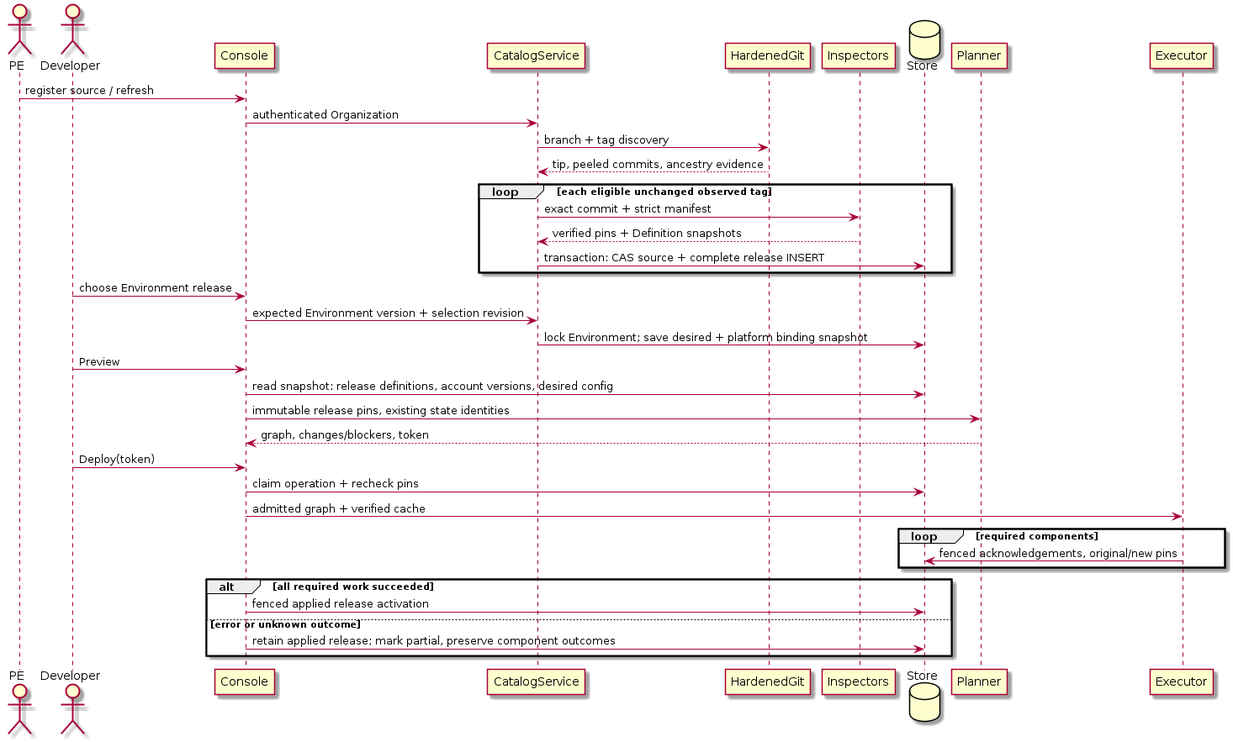
Before: orchestrator_docs/usecase/UC-03/catalog-releases-sequence.png, a diagram exported from PlantUML (pr3s3nt/poc). Its source is kept beside it as orchestrator_docs/usecase/UC-03/catalog-releases-sequence.puml. Source of this version:
```plantuml
@startuml
actor PE
actor Developer
participant Console
participant CatalogService
participant HardenedGit
participant Inspectors
database Store
participant Planner
participant Executor
PE -> Console : register source / refresh
Console -> CatalogService : authenticated Organization
CatalogService -> HardenedGit : branch + tag discovery
HardenedGit --> CatalogService : tip, peeled commits, ancestry evidence
loop each eligible unchanged observed tag
 CatalogService -> Inspectors : exact commit + strict manifest
 Inspectors --> CatalogService : verified pins + Definition snapshots
 CatalogService -> Store : transaction: CAS source + complete release INSERT
end
Developer -> Console : choose Environment release
Console -> CatalogService : expected Environment version + selection revision
CatalogService -> Store : lock Environment; save desired + platform binding snapshot
Developer -> Console : Preview
Console -> Store : read snapshot: release definitions, account versions, desired config
Console -> Planner : immutable release pins, existing state identities
Planner --> Console : graph, changes/blockers, token
Developer -> Console : Deploy(token)
Console -> Store : claim operation + recheck pins
Console -> Executor : admitted graph + verified cache
loop required components
 Executor -> Store : fenced acknowledgements, original/new pins
end
alt all required work succeeded
 Console -> Store : fenced applied release activation
else error or unknown outcome
 Console -> Store : retain applied release; mark partial, preserve component outcomes
end
@enduml
```
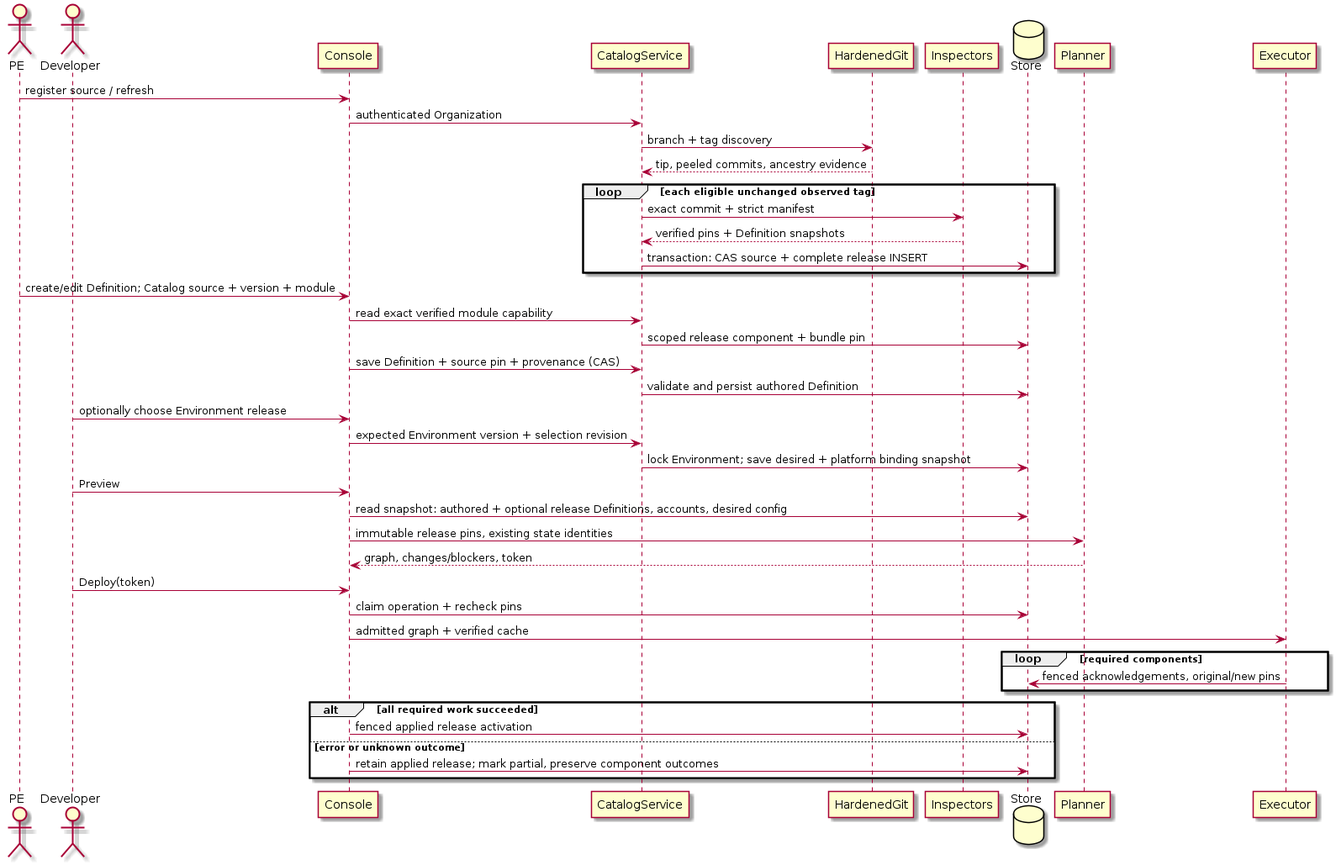
The same file after the commit.

The edit, as a diff of the source:
```diff
@@ -17,11 +17,16 @@
  Inspectors --> CatalogService : verified pins + Definition snapshots
  CatalogService -> Store : transaction: CAS source + complete release INSERT
 end
-Developer -> Console : choose Environment release
+PE -> Console : create/edit Definition; Catalog source + version + module
+Console -> CatalogService : read exact verified module capability
+CatalogService -> Store : scoped release component + bundle pin
+Console -> CatalogService : save Definition + source pin + provenance (CAS)
+CatalogService -> Store : validate and persist authored Definition
+Developer -> Console : optionally choose Environment release
 Console -> CatalogService : expected Environment version + selection revision
 CatalogService -> Store : lock Environment; save desired + platform binding snapshot
 Developer -> Console : Preview
-Console -> Store : read snapshot: release definitions, account versions, desired config
+Console -> Store : read snapshot: authored + optional release Definitions, accounts, desired config
 Console -> Planner : immutable release pins, existing state identities
 Planner --> Console : graph, changes/blockers, token
 Developer -> Console : Deploy(token)
```
